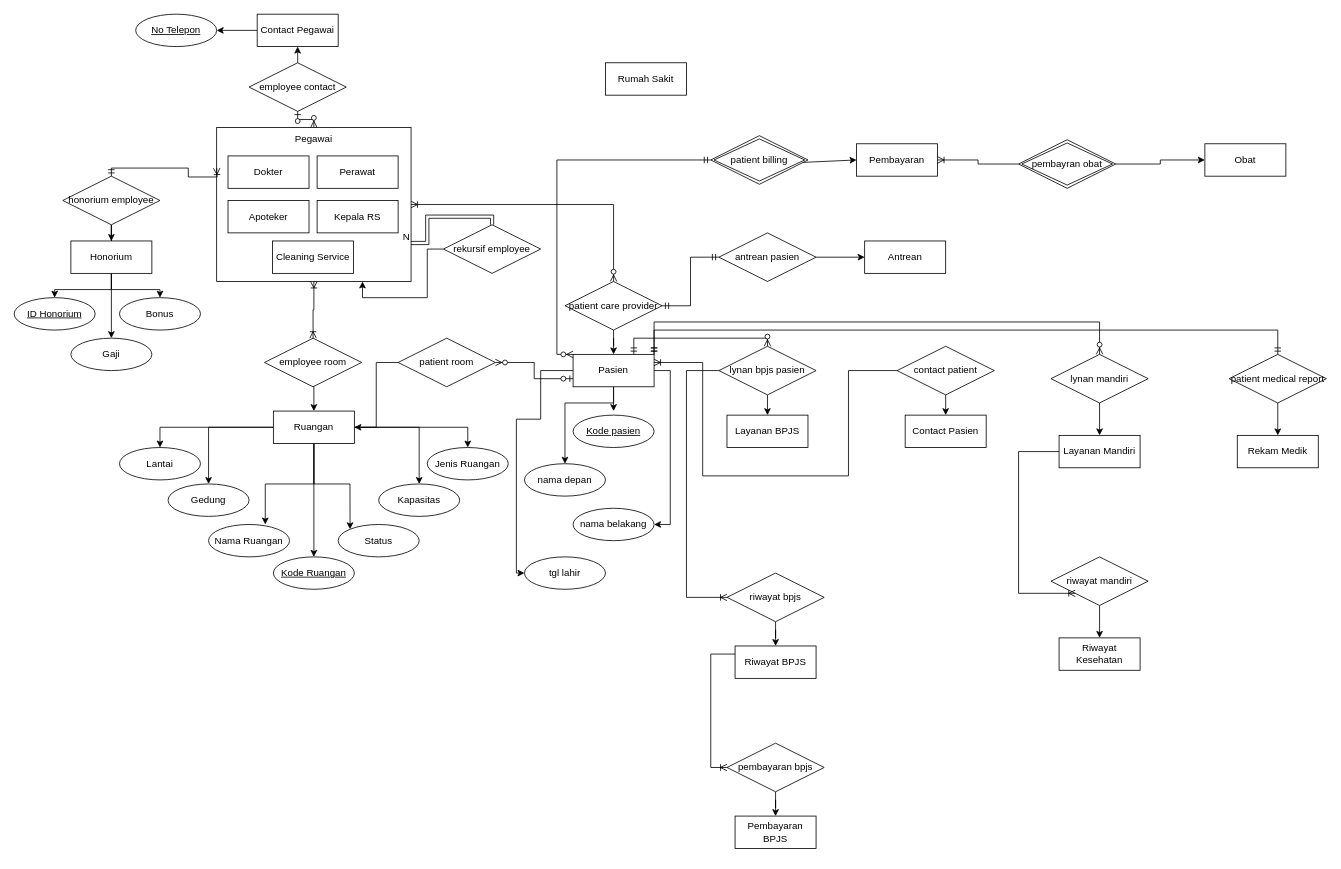
Above: Diagram Tanpa Judul.drawio in lsawfa/ERD-BasisData (draw.io), before the change. Source tidied: cells renumbered, new cells numbered last; positions are measured from the earlier drawing's top-left corner, leaving out a move shared by most shapes. Both pictures are drawn from the tidied source at 81%, with x=0, y=0 at pixel (14, 14).
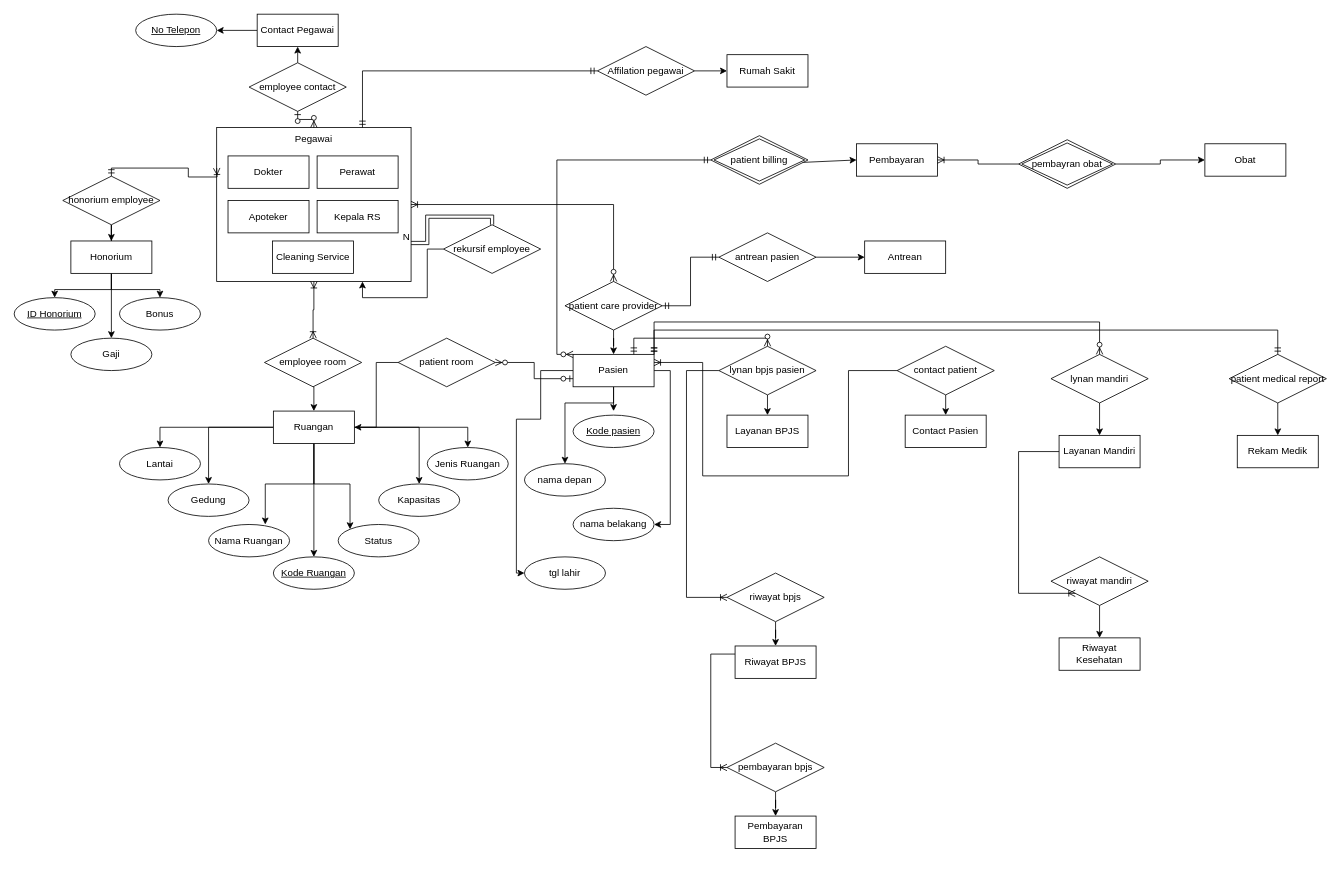
Above is the later version.

The change refers to these unchanged cells:
```xml
<mxCell id="2" value="Pegawai" style="whiteSpace=wrap;html=1;align=center;verticalAlign=top;" parent="1" vertex="1">
  <mxGeometry x="250" y="140" width="240" height="190" as="geometry" />
</mxCell>
```

What changed in the source:
```diff
@@
     <mxCell id="64" value="Rumah Sakit" style="whiteSpace=wrap;html=1;align=center;" parent="1" vertex="1">
-      <mxGeometry x="730" y="60" width="100" height="40" as="geometry" />
+      <mxGeometry x="880" y="50" width="100" height="40" as="geometry" />
     </mxCell>
@@
+    <mxCell id="103" style="edgeStyle=orthogonalEdgeStyle;fontSize=12;html=1;endArrow=ERmandOne;startArrow=ERmandOne;rounded=0;exitX=0.75;exitY=0;exitDx=0;exitDy=0;entryX=0;entryY=0.5;entryDx=0;entryDy=0;" parent="1" edge="1" source="2" target="105">
+      <mxGeometry relative="1" as="geometry" />
+    </mxCell>
+    <mxCell id="104" style="edgeStyle=orthogonalEdgeStyle;rounded=0;jettySize=auto;html=1;exitX=1;exitY=0.5;exitDx=0;exitDy=0;entryX=0;entryY=0.5;entryDx=0;entryDy=0;" parent="1" edge="1" source="105" target="64">
+      <mxGeometry relative="1" as="geometry" />
+    </mxCell>
+    <mxCell id="105" value="Affilation pegawai" style="shape=rhombus;perimeter=rhombusPerimeter;whiteSpace=wrap;html=1;align=center;" parent="1" vertex="1">
+      <mxGeometry x="720" y="40" width="120" height="60" as="geometry" />
+    </mxCell>
```
